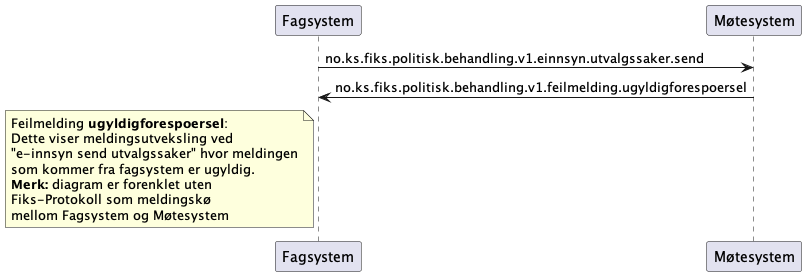
Above: Dokumentasjon/V1/meldingsutveksling/einnsyn-utvalgssaker-send/sekvensdiagram/sekvensdiagram-einnsyn-utvalgssaker-send-ugyldigforespoersel.png in ks-no/fiks-politisk-behandling-specification (PlantUML), before the change. Source of this version:
```plantuml
@startuml
participant Fagsystem as "Fagsystem"
participant Møtesystem as "Møtesystem"

Fagsystem -> Møtesystem : no.ks.fiks.politisk.behandling.v1.einnsyn.utvalgssaker.send
Fagsystem <- Møtesystem : no.ks.fiks.politisk.behandling.v1.feilmelding.ugyldigforespoersel

note left of Fagsystem
Feilmelding **ugyldigforespoersel**:
Dette viser meldingsutveksling ved
"e-innsyn send utvalgssaker" hvor meldingen
som kommer fra fagsystem er ugyldig.
**Merk:** diagram er forenklet uten
Fiks-Protokoll som meldingskø
mellom Fagsystem og Møtesystem
end note

@enduml
```
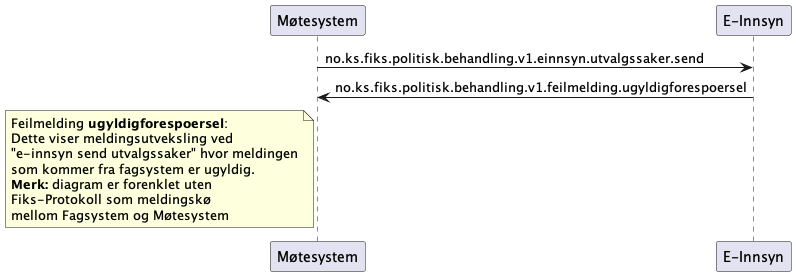
Later version of the same file.

What changed in the source:
```diff
@@ -1,11 +1,11 @@
 @startuml
-participant Fagsystem as "Fagsystem"
 participant Møtesystem as "Møtesystem"
+participant EInnsyn as "E-Innsyn"
 
-Fagsystem -> Møtesystem : no.ks.fiks.politisk.behandling.v1.einnsyn.utvalgssaker.send
-Fagsystem <- Møtesystem : no.ks.fiks.politisk.behandling.v1.feilmelding.ugyldigforespoersel
+Møtesystem -> EInnsyn : no.ks.fiks.politisk.behandling.v1.einnsyn.utvalgssaker.send
+Møtesystem <- EInnsyn : no.ks.fiks.politisk.behandling.v1.feilmelding.ugyldigforespoersel
 
-note left of Fagsystem
+note left of Møtesystem
 Feilmelding **ugyldigforespoersel**:
 Dette viser meldingsutveksling ved
 "e-innsyn send utvalgssaker" hvor meldingen
```
